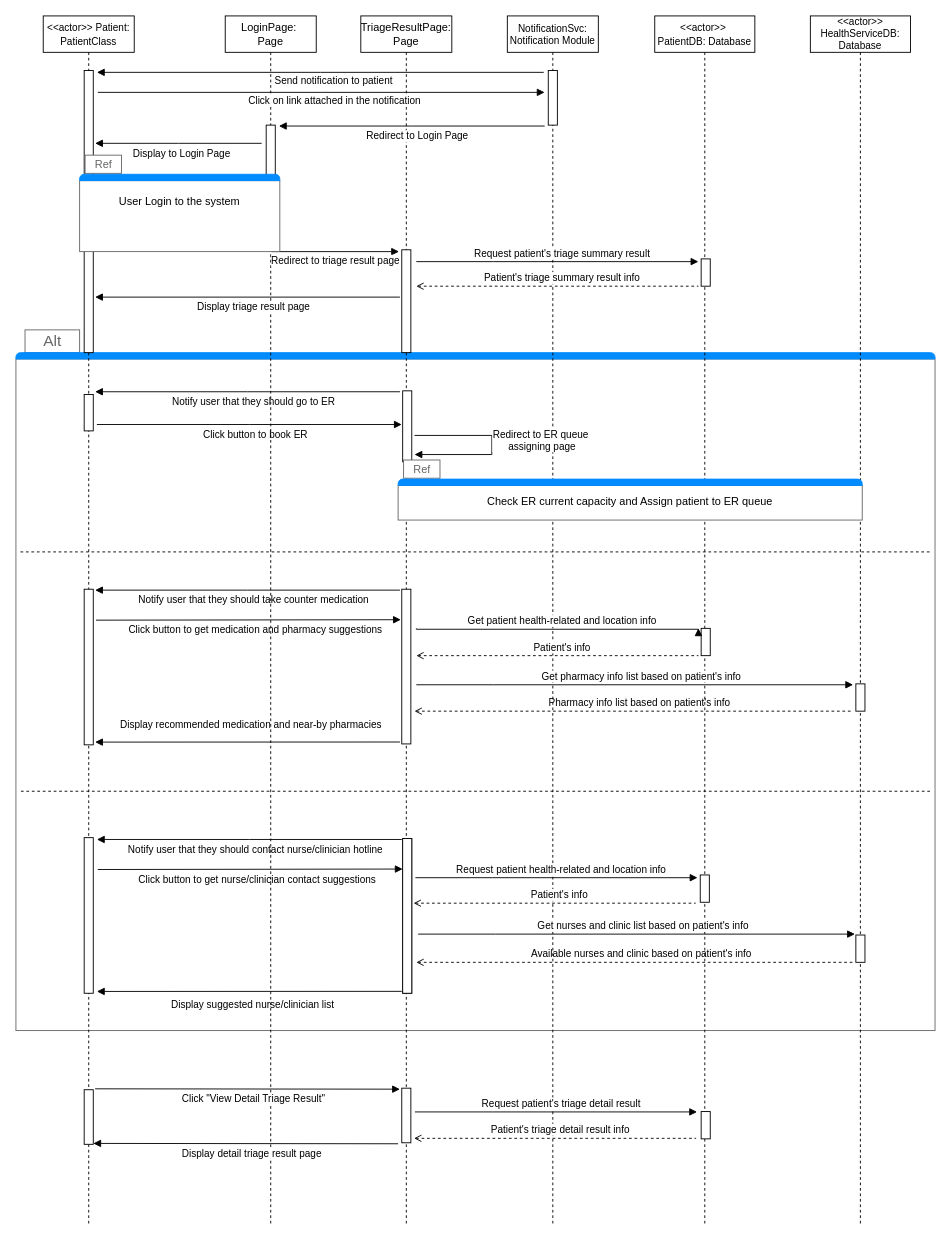
Above: Usecases/notify_sequence_diagrram.drawio in uvic-teach/project-m1-team8 (draw.io), before the change. Source tidied: cells renumbered, new cells numbered last; positions are measured from the earlier drawing's top-left corner, leaving out a move shared by most shapes. Both pictures are drawn from the tidied source at 91%, with x=0, y=0 at pixel (15, 15).
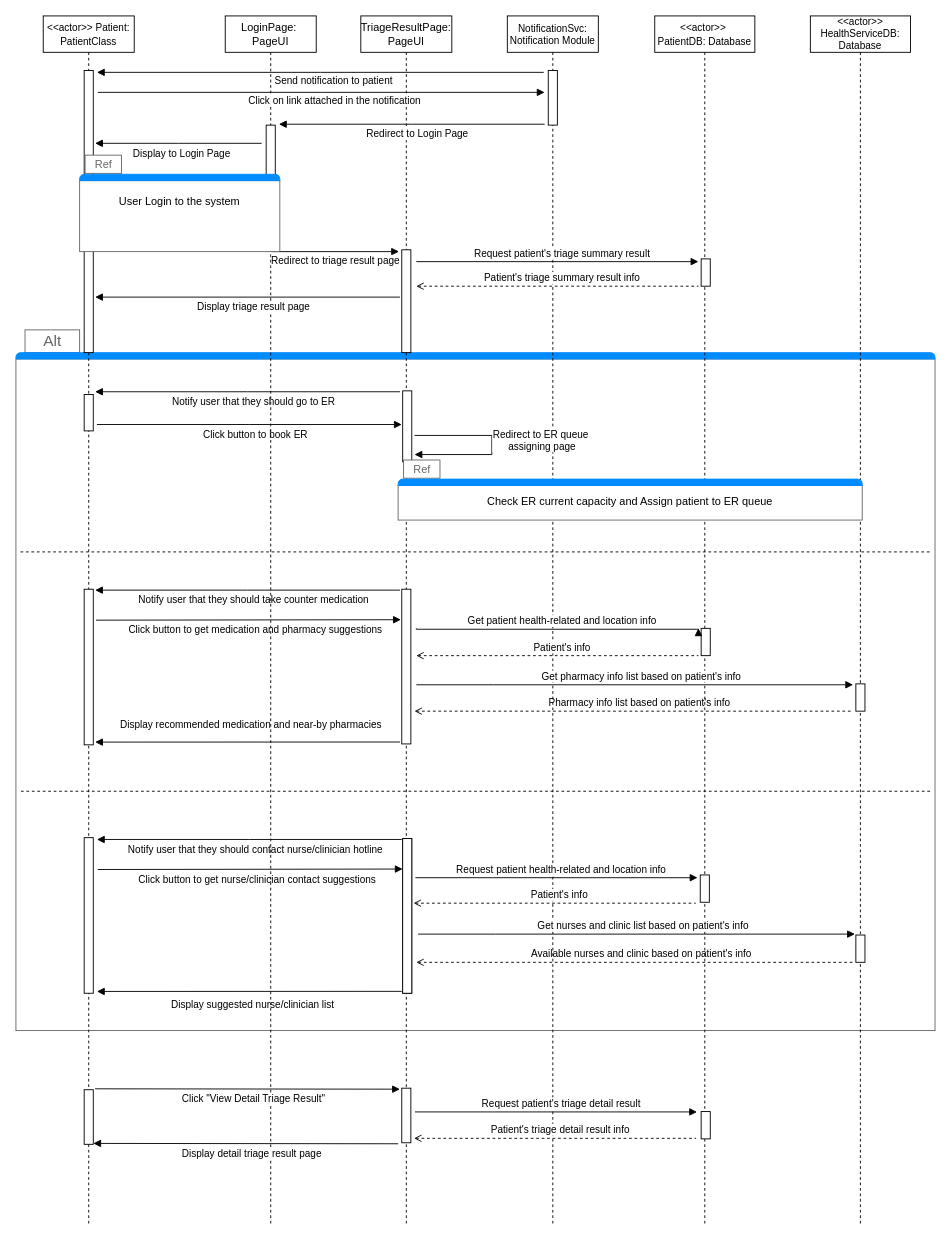
The same page after the edit.

The edit, as a diff of the source:
```diff
@@
-    <mxCell id="26" value="&lt;div&gt;LoginPage:&amp;nbsp;&lt;/div&gt;&lt;div&gt;Page&lt;/div&gt;" style="shape=umlLifeline;perimeter=lifelinePerimeter;whiteSpace=wrap;html=1;newEdgeStyle={&quot;edgeStyle&quot;:&quot;elbowEdgeStyle&quot;,&quot;elbow&quot;:&quot;vertical&quot;,&quot;curved&quot;:0,&quot;rounded&quot;:0};" parent="1" vertex="1">
+    <mxCell id="26" value="&lt;div&gt;LoginPage:&amp;nbsp;&lt;/div&gt;&lt;div&gt;PageUI&lt;/div&gt;" style="shape=umlLifeline;perimeter=lifelinePerimeter;whiteSpace=wrap;html=1;newEdgeStyle={&quot;edgeStyle&quot;:&quot;elbowEdgeStyle&quot;,&quot;elbow&quot;:&quot;vertical&quot;,&quot;curved&quot;:0,&quot;rounded&quot;:0};" parent="1" vertex="1">
       <mxGeometry x="230" width="100" height="1330" as="geometry" />
     </mxCell>
@@
-    <mxCell id="35" value="Redirect to triage result page" style="html=1;verticalAlign=bottom;endArrow=block;edgeStyle=elbowEdgeStyle;elbow=horizontal;curved=0;rounded=0;" parent="1" edge="1">
+    <mxCell id="35" value="Redirect to triage result page" style="html=1;verticalAlign=bottom;endArrow=block;edgeStyle=elbowEdgeStyle;elbow=vertical;curved=0;rounded=0;" parent="1" edge="1">
       <mxGeometry y="-19" relative="1" as="geometry">
         <mxPoint x="281" y="259" as="sourcePoint" />
         <mxPoint x="421" y="259" as="targetPoint" />
         <Array as="points">
           <mxPoint x="366" y="259" />
         </Array>
       </mxGeometry>
     </mxCell>
@@
-    <mxCell id="44" value="TriageResultPage: Page" style="shape=umlLifeline;perimeter=lifelinePerimeter;whiteSpace=wrap;html=1;newEdgeStyle={&quot;edgeStyle&quot;:&quot;elbowEdgeStyle&quot;,&quot;elbow&quot;:&quot;vertical&quot;,&quot;curved&quot;:0,&quot;rounded&quot;:0};" parent="1" vertex="1">
+    <mxCell id="44" value="TriageResultPage: PageUI" style="shape=umlLifeline;perimeter=lifelinePerimeter;whiteSpace=wrap;html=1;newEdgeStyle={&quot;edgeStyle&quot;:&quot;elbowEdgeStyle&quot;,&quot;elbow&quot;:&quot;vertical&quot;,&quot;curved&quot;:0,&quot;rounded&quot;:0};" parent="1" vertex="1">
       <mxGeometry x="379" width="100" height="1330" as="geometry" />
     </mxCell>
@@
     <mxCell id="65" value="Redirect to Login Page" style="html=1;verticalAlign=bottom;endArrow=block;edgeStyle=elbowEdgeStyle;elbow=vertical;curved=0;rounded=0;" parent="1" edge="1">
       <mxGeometry x="-0.04" y="20" relative="1" as="geometry">
-        <mxPoint x="581" y="121" as="sourcePoint" />
-        <mxPoint x="289" y="121" as="targetPoint" />
+        <mxPoint x="581" y="119" as="sourcePoint" />
+        <mxPoint x="289" y="119" as="targetPoint" />
       </mxGeometry>
     </mxCell>
```
